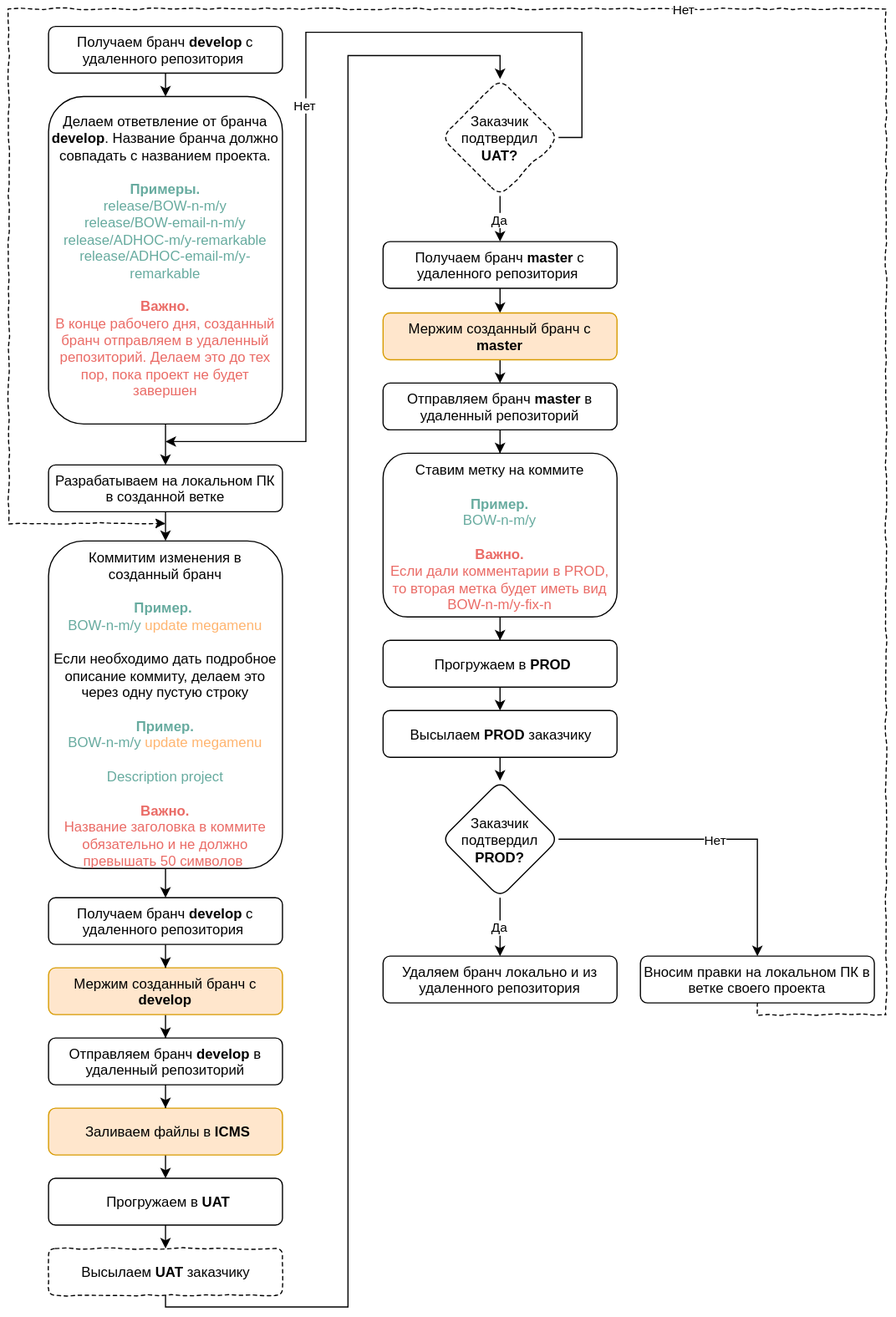
The draw.io diagram GIT roadmap.svg in biryukovkolya/upload-files, before a commit. Source tidied: cells renumbered, new cells last; positions are measured from the earlier drawing's top-left corner, leaving out a move shared by most shapes.
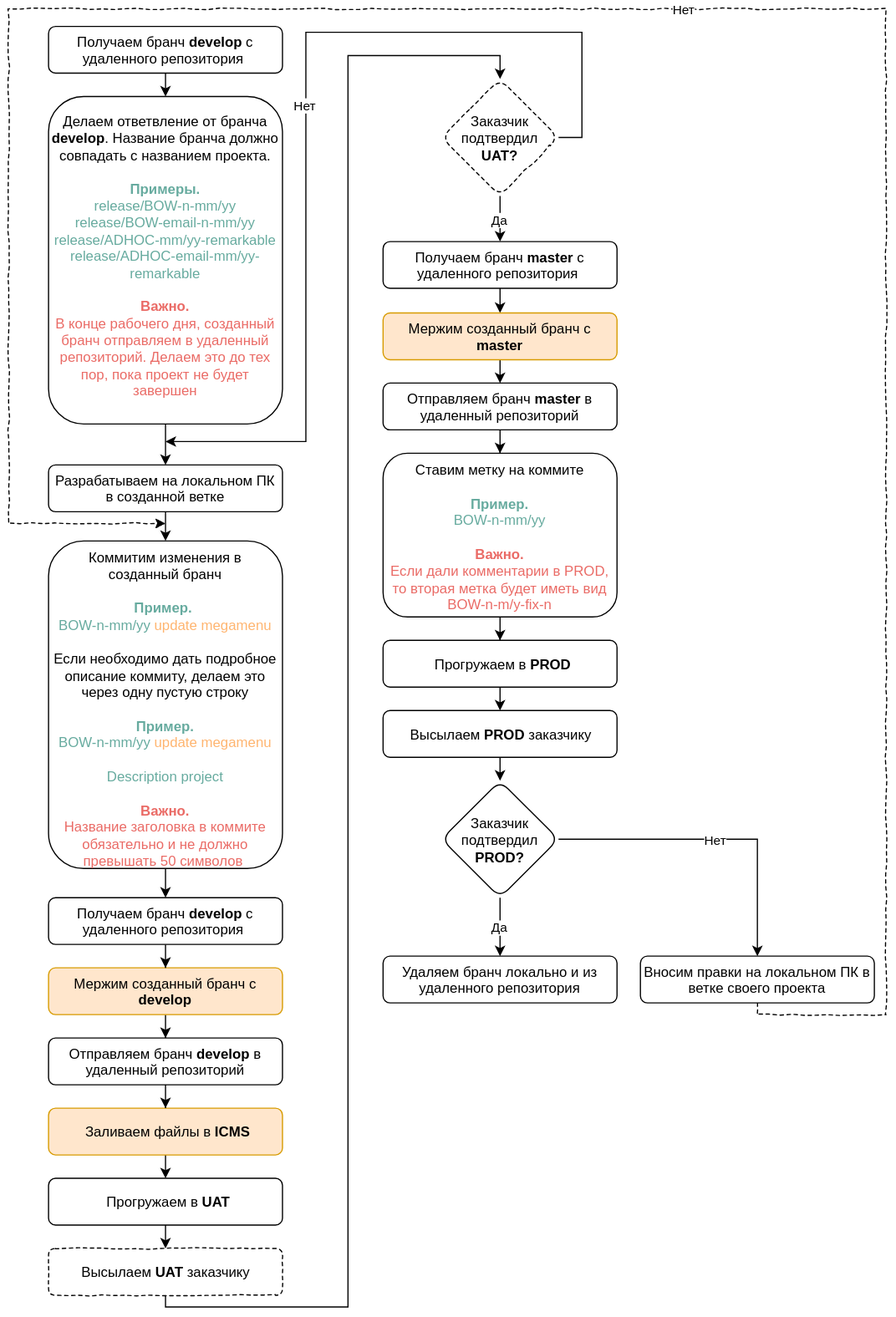
After the commit.

Diff of the diagram source:
```diff
@@ -17,7 +17,7 @@
     <mxCell id="6" style="edgeStyle=orthogonalEdgeStyle;rounded=0;html=1;exitX=0.5;exitY=1;jettySize=auto;" parent="1" edge="1" source="7" target="13">
       <mxGeometry relative="1" as="geometry" />
     </mxCell>
-    <mxCell id="7" value="Коммитим изменения в созданный бранч&lt;br&gt;&lt;span style=&quot;color: rgb(103 , 171 , 159)&quot;&gt;&lt;br&gt;&lt;b&gt;Пример.&lt;/b&gt;&amp;nbsp;&lt;b&gt;&lt;br&gt;&lt;/b&gt;&lt;/span&gt;&lt;span style=&quot;color: rgb(103 , 171 , 159)&quot;&gt;BOW-n-m/y&amp;nbsp;&lt;/span&gt;&lt;font color=&quot;#ffb570&quot;&gt;update megamenu&lt;/font&gt;&lt;br&gt;&lt;br&gt;Если необходимо дать подробное описание&amp;nbsp;коммиту, делаем это через одну пустую строку&lt;br&gt;&lt;br&gt;&lt;font color=&quot;#67ab9f&quot;&gt;&lt;b&gt;Пример.&lt;br&gt;&lt;/b&gt;BOW-n-m/y&amp;nbsp;&lt;/font&gt;&lt;font color=&quot;#ffb570&quot;&gt;update megamenu&lt;/font&gt;&lt;br&gt;&lt;br&gt;&lt;font color=&quot;#67ab9f&quot;&gt;Description project&lt;/font&gt;&lt;br&gt;&lt;b&gt;&lt;br&gt;&lt;font color=&quot;#ea6b66&quot;&gt;Важно.&lt;/font&gt;&lt;/b&gt;&lt;font color=&quot;#ea6b66&quot;&gt; &lt;br&gt;Название заголовка в коммите обязательно и не должно превышать 50 символов&amp;nbsp;&lt;/font&gt;&lt;br&gt;" style="rounded=1;whiteSpace=wrap;html=1;spacing=3;" parent="1" vertex="1">
+    <mxCell id="7" value="Коммитим изменения в созданный бранч&lt;br&gt;&lt;span style=&quot;color: rgb(103 , 171 , 159)&quot;&gt;&lt;br&gt;&lt;b&gt;Пример.&lt;/b&gt;&amp;nbsp;&lt;b&gt;&lt;br&gt;&lt;/b&gt;&lt;/span&gt;&lt;span style=&quot;color: rgb(103 , 171 , 159)&quot;&gt;BOW-n-mm/yy&amp;nbsp;&lt;/span&gt;&lt;font color=&quot;#ffb570&quot;&gt;update megamenu&lt;/font&gt;&lt;br&gt;&lt;br&gt;Если необходимо дать подробное описание&amp;nbsp;коммиту, делаем это через одну пустую строку&lt;br&gt;&lt;br&gt;&lt;font color=&quot;#67ab9f&quot;&gt;&lt;b&gt;Пример.&lt;br&gt;&lt;/b&gt;BOW-n-mm/yy&amp;nbsp;&lt;/font&gt;&lt;font color=&quot;#ffb570&quot;&gt;update megamenu&lt;/font&gt;&lt;br&gt;&lt;br&gt;&lt;font color=&quot;#67ab9f&quot;&gt;Description project&lt;/font&gt;&lt;br&gt;&lt;b&gt;&lt;br&gt;&lt;font color=&quot;#ea6b66&quot;&gt;Важно.&lt;/font&gt;&lt;/b&gt;&lt;font color=&quot;#ea6b66&quot;&gt; &lt;br&gt;Название заголовка в коммите обязательно и не должно превышать 50 символов&amp;nbsp;&lt;/font&gt;&lt;br&gt;" style="rounded=1;whiteSpace=wrap;html=1;spacing=3;" parent="1" vertex="1">
       <mxGeometry x="34" y="455" width="200" height="280" as="geometry" />
     </mxCell>
     <mxCell id="8" style="edgeStyle=orthogonalEdgeStyle;rounded=0;html=1;exitX=0.5;exitY=1;jettySize=auto;" parent="1" edge="1" source="9" target="36">
@@ -29,7 +29,7 @@
     <mxCell id="10" style="edgeStyle=orthogonalEdgeStyle;rounded=0;comic=0;html=1;exitX=0.5;exitY=1;entryX=0.5;entryY=0;jettySize=auto;" parent="1" edge="1" source="11" target="5">
       <mxGeometry relative="1" as="geometry" />
     </mxCell>
-    <mxCell id="11" value="Делаем ответвление от бранча &lt;b&gt;develop&lt;/b&gt;. Название бранча должно совпадать с названием проекта.&lt;br&gt;&lt;font color=&quot;#67ab9f&quot;&gt;&lt;br&gt;&lt;b&gt;Примеры.&lt;br&gt;&lt;/b&gt;release/BOW-n-m/y&lt;/font&gt;&lt;font color=&quot;#67ab9f&quot;&gt;&lt;br&gt;release/BOW-email-n-m/y&lt;br&gt;release/ADHOC-m/y-remarkable&lt;/font&gt;&lt;br&gt;&lt;font color=&quot;#67ab9f&quot;&gt;release/ADHOC-email-m/y-remarkable&lt;/font&gt;&lt;font color=&quot;#67ab9f&quot;&gt;&lt;br&gt;&lt;br&gt;&lt;/font&gt;&lt;font color=&quot;#ea6b66&quot;&gt;&lt;b&gt;Важно.&lt;br&gt;&lt;/b&gt;В конце рабочего дня, созданный бранч отправляем в удаленный репозиторий. Делаем это до тех пор, пока проект не будет завершен&lt;/font&gt;&lt;b&gt;&lt;font color=&quot;#67ab9f&quot;&gt;&lt;br&gt;&lt;/font&gt;&lt;/b&gt;" style="rounded=1;whiteSpace=wrap;html=1;spacingRight=0;spacingLeft=0;spacing=3;" parent="1" vertex="1">
+    <mxCell id="11" value="Делаем ответвление от бранча &lt;b&gt;develop&lt;/b&gt;. Название бранча должно совпадать с названием проекта.&lt;br&gt;&lt;font color=&quot;#67ab9f&quot;&gt;&lt;br&gt;&lt;b&gt;Примеры.&lt;br&gt;&lt;/b&gt;release/BOW-n-mm/yy&lt;/font&gt;&lt;font color=&quot;#67ab9f&quot;&gt;&lt;br&gt;release/BOW-email-n-mm/yy&lt;br&gt;release/ADHOC-mm/yy-remarkable&lt;/font&gt;&lt;br&gt;&lt;font color=&quot;#67ab9f&quot;&gt;release/ADHOC-email-mm/yy-remarkable&lt;/font&gt;&lt;font color=&quot;#67ab9f&quot;&gt;&lt;br&gt;&lt;br&gt;&lt;/font&gt;&lt;font color=&quot;#ea6b66&quot;&gt;&lt;b&gt;Важно.&lt;br&gt;&lt;/b&gt;В конце рабочего дня, созданный бранч отправляем в удаленный репозиторий. Делаем это до тех пор, пока проект не будет завершен&lt;/font&gt;&lt;b&gt;&lt;font color=&quot;#67ab9f&quot;&gt;&lt;br&gt;&lt;/font&gt;&lt;/b&gt;" style="rounded=1;whiteSpace=wrap;html=1;spacingRight=0;spacingLeft=0;spacing=3;" parent="1" vertex="1">
       <mxGeometry x="34" y="75" width="200" height="280" as="geometry" />
     </mxCell>
     <mxCell id="12" style="edgeStyle=orthogonalEdgeStyle;rounded=0;html=1;exitX=0.5;exitY=1;jettySize=auto;" parent="1" edge="1" source="13" target="9">
@@ -148,7 +148,7 @@
     <mxCell id="41" style="edgeStyle=orthogonalEdgeStyle;rounded=0;comic=0;html=1;exitX=0.5;exitY=1;jettySize=auto;" parent="1" edge="1" source="42" target="28">
       <mxGeometry relative="1" as="geometry" />
     </mxCell>
-    <mxCell id="42" value="Ставим метку на коммите&lt;br&gt;&lt;font color=&quot;#67ab9f&quot;&gt;&lt;br&gt;&lt;b&gt;Пример.&lt;br&gt;&lt;/b&gt;BOW-n-m/y&lt;br&gt;&lt;/font&gt;&lt;br&gt;&lt;font color=&quot;#ea6b66&quot;&gt;&lt;b&gt;Важно.&lt;/b&gt;&lt;br&gt;&lt;span&gt;Если дали комментарии в PROD, то вторая метка будет&amp;nbsp;иметь вид&lt;/span&gt;&lt;br&gt;&lt;span&gt;BOW-n-m/y-fix-n&lt;/span&gt;&lt;/font&gt;&lt;br&gt;" style="rounded=1;whiteSpace=wrap;html=1;spacing=3;" parent="1" vertex="1">
+    <mxCell id="42" value="Ставим метку на коммите&lt;br&gt;&lt;font color=&quot;#67ab9f&quot;&gt;&lt;br&gt;&lt;b&gt;Пример.&lt;br&gt;&lt;/b&gt;BOW-n-mm/yy&lt;br&gt;&lt;/font&gt;&lt;br&gt;&lt;font color=&quot;#ea6b66&quot;&gt;&lt;b&gt;Важно.&lt;/b&gt;&lt;br&gt;&lt;span&gt;Если дали комментарии в PROD, то вторая метка будет&amp;nbsp;иметь вид&lt;/span&gt;&lt;br&gt;&lt;span&gt;BOW-n-m/y-fix-n&lt;/span&gt;&lt;/font&gt;&lt;br&gt;" style="rounded=1;whiteSpace=wrap;html=1;spacing=3;" parent="1" vertex="1">
       <mxGeometry x="320" y="380" width="200" height="140" as="geometry" />
     </mxCell>
   </root>
```
